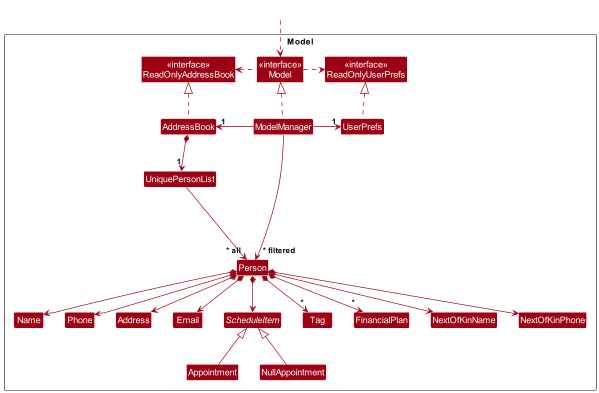
nus-cs2103-AY2324S1/tp keeps this PlantUML diagram as docs/images/ModelClassDiagram.png. Above is the earlier version.
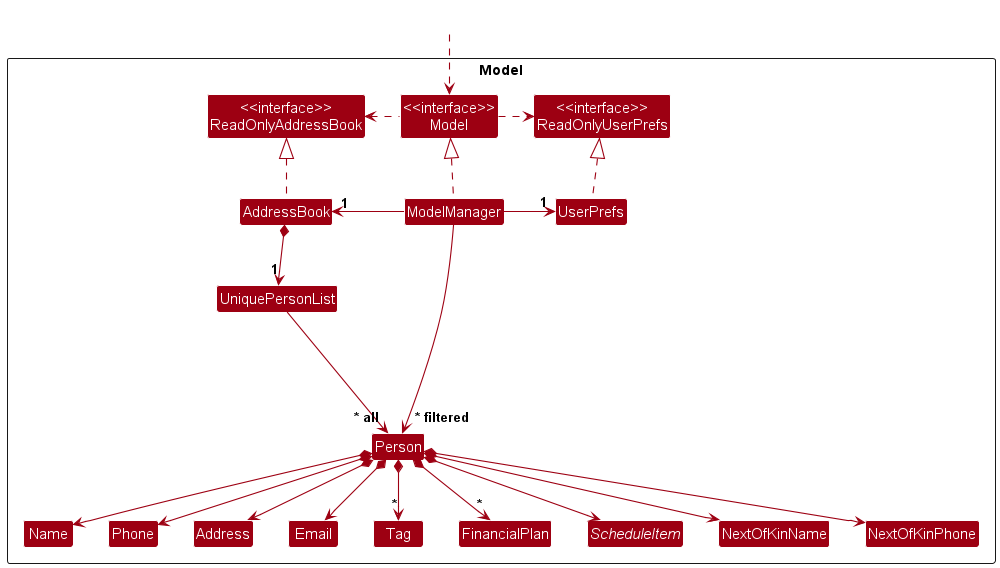
The same diagram one commit later.

Commit message:
Add DG use cases and minor changes

The edit, as a diff of the source:
```diff
@@ -21,8 +21,6 @@
 Class Tag
 Class FinancialPlan
 abstract Class ScheduleItem
-Class NullAppointment
-Class Appointment
 Class NextOfKinName
 Class NextOfKinPhone
 Class I #FFFFFF
@@ -52,16 +50,12 @@
 Person *--> NextOfKinName
 Person *--> NextOfKinPhone
 
-Appointment -up-|> ScheduleItem
-NullAppointment --|> ScheduleItem
-
 Person -[hidden]up--> I
 UniquePersonList -[hidden]right-> I
 
 Name -[hidden]right-> Phone
 Phone -[hidden]right-> Address
 Address -[hidden]right-> Email
-Appointment -[hidden]right-> NullAppointment
 
 ModelManager --> "~* filtered" Person
 @enduml
```
